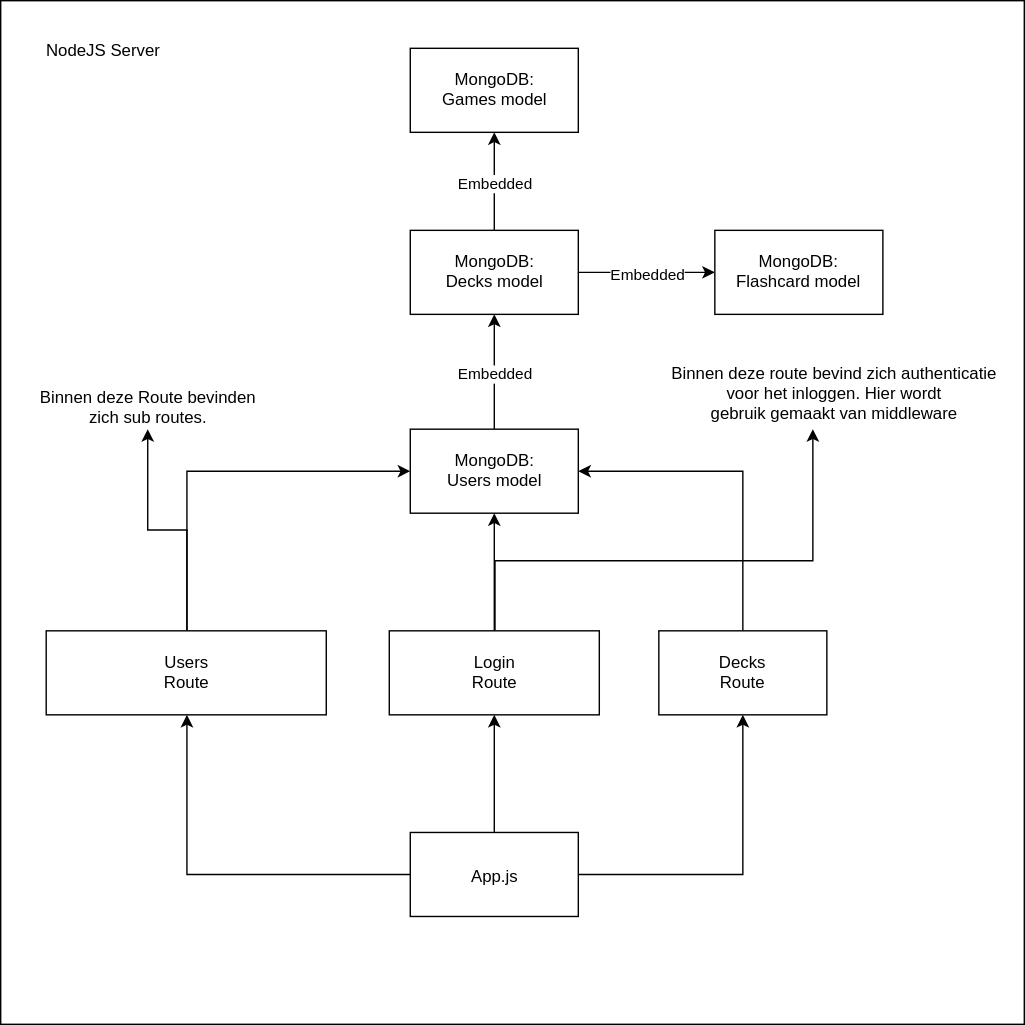
Earlier version of the draw.io export Documentatie/NodeJS-server.svg (JorisNijkamp1/Apprend). Source tidied: cells renumbered, new cells last; positions are measured from the earlier drawing's top-left corner, leaving out a move shared by most shapes.
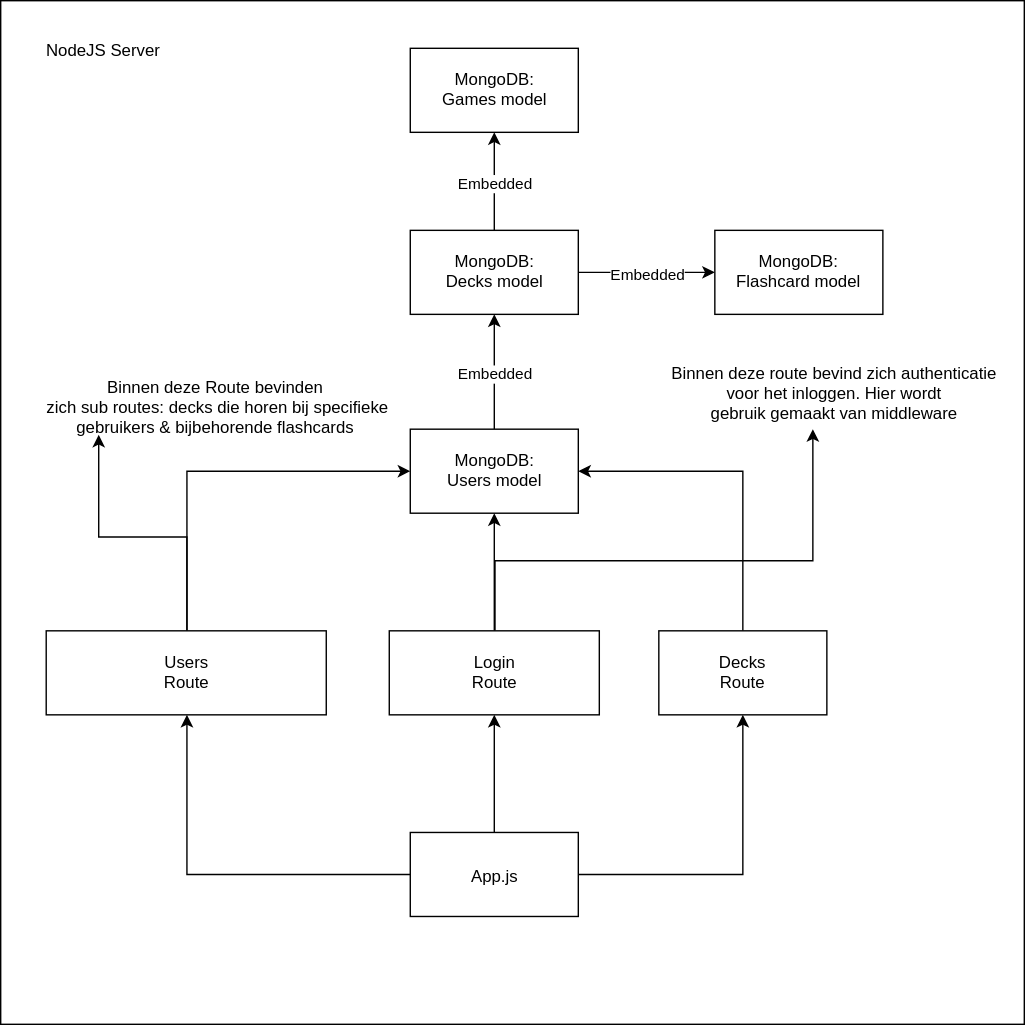
The same diagram one commit later.

Diff of the diagram source:
```diff
@@ -28,7 +28,7 @@
         </Array>
       </mxGeometry>
     </mxCell>
-    <mxCell id="8" style="edgeStyle=orthogonalEdgeStyle;rounded=0;jettySize=auto;html=1;" parent="1" edge="1" source="9" target="23">
+    <mxCell id="8" style="edgeStyle=orthogonalEdgeStyle;rounded=0;jettySize=auto;html=1;exitX=0.5;exitY=0;exitDx=0;exitDy=0;entryX=0.183;entryY=0.88;entryDx=0;entryDy=0;entryPerimeter=0;" parent="1" edge="1" source="9" target="23">
       <mxGeometry relative="1" as="geometry" />
     </mxCell>
     <mxCell id="9" value="Users&lt;br&gt;Route" style="rounded=0;whiteSpace=wrap;html=1;" parent="1" vertex="1">
@@ -82,8 +82,8 @@
     <mxCell id="22" value="NodeJS Server" style="text;html=1;align=center;verticalAlign=middle;" parent="1" vertex="1">
       <mxGeometry x="22.5" y="24" width="100" height="20" as="geometry" />
     </mxCell>
-    <mxCell id="23" value="Binnen deze Route bevinden&lt;br&gt;&amp;nbsp;zich sub routes.&amp;nbsp;" style="text;html=1;align=center;verticalAlign=middle;points=[];" parent="1" vertex="1">
-      <mxGeometry x="20" y="276" width="170" height="30" as="geometry" />
+    <mxCell id="23" value="Binnen deze Route bevinden&lt;br&gt;&amp;nbsp;zich sub routes: decks die horen bij specifieke &lt;br&gt;gebruikers &amp;amp;&amp;nbsp;bijbehorende flashcards" style="text;html=1;align=center;verticalAlign=middle;points=[];" parent="1" vertex="1">
+      <mxGeometry x="22.5" y="266" width="260" height="50" as="geometry" />
     </mxCell>
     <mxCell id="24" value="Binnen deze route bevind zich authenticatie &lt;br&gt;voor het inloggen. Hier wordt &lt;br&gt;gebruik gemaakt van middleware" style="text;html=1;align=center;verticalAlign=middle;points=[];" parent="1" vertex="1">
       <mxGeometry x="470" y="256" width="250" height="50" as="geometry" />
```
